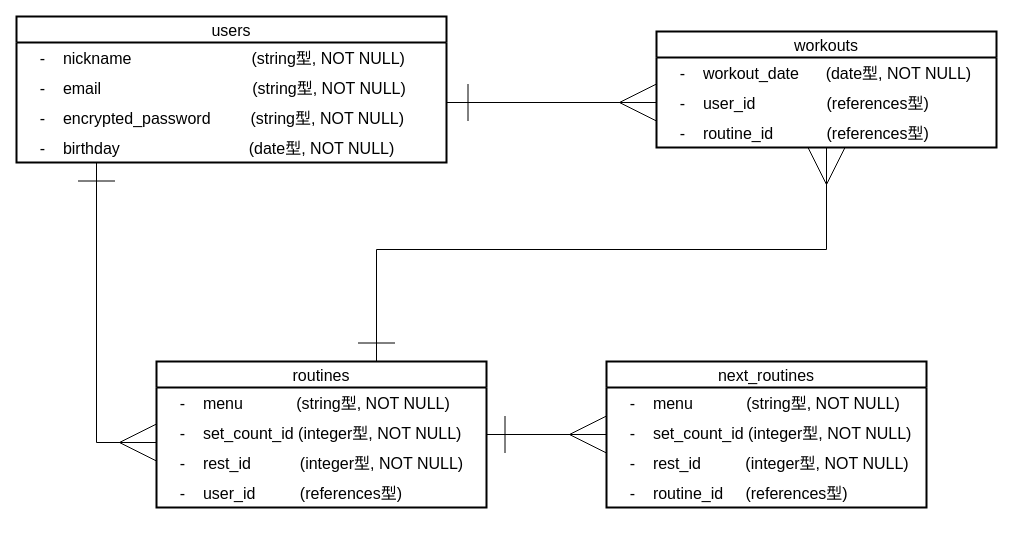
This is ERgraph.dio from Morlley/muscle-time-keeper, a draw.io file, before an edit. Source tidied: cells renumbered, new cells numbered last; positions are measured from the earlier drawing's top-left corner, leaving out a move shared by most shapes. Both pictures are drawn from the tidied source at 100%, with x=0, y=0 at pixel (16, 16).
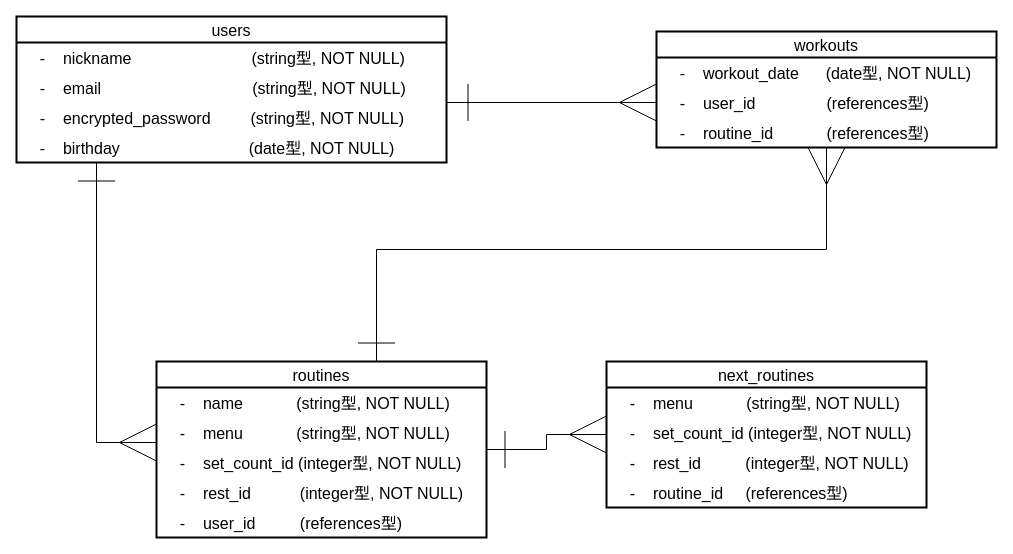
After the change.

The edit, as a diff of the source:
```diff
@@
     <mxCell id="13" value="routines" style="swimlane;fontStyle=0;horizontal=1;startSize=26;align=center;fontSize=16;strokeWidth=2;" parent="1" vertex="1">
-      <mxGeometry x="140" y="345" width="330" height="146" as="geometry" />
+      <mxGeometry x="140" y="345" width="330" height="176" as="geometry" />
     </mxCell>
+    <mxCell id="25" value="    -    name            (string型, NOT NULL)" style="text;strokeColor=none;fillColor=none;spacingLeft=4;spacingRight=4;overflow=hidden;fontSize=16;strokeWidth=2;" parent="13" vertex="1">
+      <mxGeometry y="26" width="330" height="30" as="geometry" />
+    </mxCell>
     <mxCell id="14" value="    -    menu            (string型, NOT NULL)" style="text;strokeColor=none;fillColor=none;spacingLeft=4;spacingRight=4;overflow=hidden;fontSize=16;strokeWidth=2;" parent="13" vertex="1">
-      <mxGeometry y="26" width="330" height="30" as="geometry" />
+      <mxGeometry y="56" width="330" height="30" as="geometry" />
     </mxCell>
     <mxCell id="15" value="    -    set_count_id (integer型, NOT NULL)" style="text;strokeColor=none;fillColor=none;spacingLeft=4;spacingRight=4;overflow=hidden;fontSize=16;strokeWidth=2;" parent="13" vertex="1">
-      <mxGeometry y="56" width="330" height="30" as="geometry" />
+      <mxGeometry y="86" width="330" height="30" as="geometry" />
     </mxCell>
     <mxCell id="16" value="    -    rest_id           (integer型, NOT NULL)" style="text;strokeColor=none;fillColor=none;spacingLeft=4;spacingRight=4;overflow=hidden;fontSize=16;strokeWidth=2;" parent="13" vertex="1">
-      <mxGeometry y="86" width="330" height="30" as="geometry" />
+      <mxGeometry y="116" width="330" height="30" as="geometry" />
     </mxCell>
     <mxCell id="17" value="    -    user_id          (references型)" style="text;strokeColor=none;fillColor=none;spacingLeft=4;spacingRight=4;overflow=hidden;fontSize=16;strokeWidth=2;" parent="13" vertex="1">
-      <mxGeometry y="116" width="330" height="30" as="geometry" />
+      <mxGeometry y="146" width="330" height="30" as="geometry" />
     </mxCell>
```
